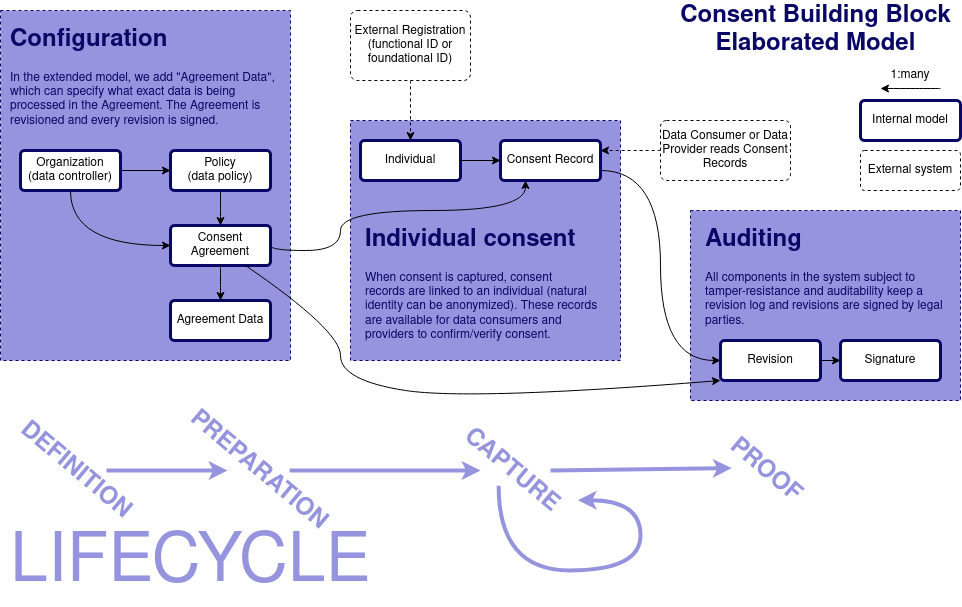
Above: spec/images/elaborate-resource-model.png in GovStackWorkingGroup/bb-consent (draw.io), before the change. Source tidied: cells renumbered, new cells last; positions are measured from the earlier drawing's top-left corner, leaving out a move shared by most shapes. Source of this version:
```xml
<mxGraphModel>
  <root>
    <mxCell id="0" />
    <mxCell id="1" parent="0" />
    <mxCell id="2" style="rounded=0;whiteSpace=wrap;html=1;dashed=1;strokeColor=#090765;strokeWidth=1;fillColor=#9694DE;" parent="1" vertex="1">
      <mxGeometry x="690" y="210" width="270" height="190" as="geometry" />
    </mxCell>
    <mxCell id="3" style="rounded=0;whiteSpace=wrap;html=1;dashed=1;strokeColor=#090765;strokeWidth=1;fillColor=#9694DE;" parent="1" vertex="1">
      <mxGeometry x="350" y="120" width="270" height="240" as="geometry" />
    </mxCell>
    <mxCell id="4" style="rounded=0;whiteSpace=wrap;html=1;dashed=1;strokeColor=#090765;strokeWidth=1;fillColor=#9694de;" parent="1" vertex="1">
      <mxGeometry y="10" width="290" height="350" as="geometry" />
    </mxCell>
    <mxCell id="5" style="edgeStyle=orthogonalEdgeStyle;rounded=0;jettySize=auto;html=1;entryX=0;entryY=0.5;entryDx=0;entryDy=0;" parent="1" edge="1" source="7" target="9">
      <mxGeometry relative="1" as="geometry" />
    </mxCell>
    <mxCell id="6" style="edgeStyle=orthogonalEdgeStyle;curved=1;rounded=0;jettySize=auto;html=1;exitX=0.5;exitY=1;exitDx=0;exitDy=0;entryX=0;entryY=0.5;entryDx=0;entryDy=0;" parent="1" edge="1" source="7" target="11">
      <mxGeometry relative="1" as="geometry" />
    </mxCell>
    <mxCell id="7" value="Organization&lt;br&gt;(data controller)" style="rounded=1;arcSize=10;whiteSpace=wrap;html=1;align=center;strokeWidth=3;strokeColor=#090765;" parent="1" vertex="1">
      <mxGeometry x="20" y="150" width="100" height="40" as="geometry" />
    </mxCell>
    <mxCell id="8" style="edgeStyle=orthogonalEdgeStyle;rounded=0;jettySize=auto;html=1;entryX=0.5;entryY=0;entryDx=0;entryDy=0;curved=1;" parent="1" edge="1" source="9" target="11">
      <mxGeometry relative="1" as="geometry" />
    </mxCell>
    <mxCell id="9" value="Policy&lt;br&gt;(data policy)" style="rounded=1;arcSize=10;whiteSpace=wrap;html=1;align=center;strokeWidth=3;strokeColor=#090765;" parent="1" vertex="1">
      <mxGeometry x="170" y="150" width="100" height="40" as="geometry" />
    </mxCell>
    <mxCell id="10" style="edgeStyle=orthogonalEdgeStyle;curved=1;rounded=0;jettySize=auto;html=1;exitX=1;exitY=0.5;exitDx=0;exitDy=0;entryX=0.25;entryY=1;entryDx=0;entryDy=0;" parent="1" edge="1" source="11" target="16">
      <mxGeometry relative="1" as="geometry">
        <Array as="points">
          <mxPoint x="340" y="250" />
          <mxPoint x="340" y="210" />
          <mxPoint x="525" y="210" />
        </Array>
      </mxGeometry>
    </mxCell>
    <mxCell id="11" value="Consent Agreement" style="rounded=1;arcSize=10;whiteSpace=wrap;html=1;align=center;strokeWidth=3;strokeColor=#090765;" parent="1" vertex="1">
      <mxGeometry x="170" y="225" width="100" height="40" as="geometry" />
    </mxCell>
    <mxCell id="12" style="edgeStyle=orthogonalEdgeStyle;curved=1;rounded=0;jettySize=auto;html=1;entryX=1;entryY=0.25;entryDx=0;entryDy=0;dashed=1;" parent="1" edge="1" source="13" target="16">
      <mxGeometry relative="1" as="geometry" />
    </mxCell>
    <mxCell id="13" value="Data Consumer or Data Provider reads Consent Records" style="rounded=1;arcSize=10;whiteSpace=wrap;html=1;align=center;dashed=1;" parent="1" vertex="1">
      <mxGeometry x="660" y="120" width="130" height="60" as="geometry" />
    </mxCell>
    <mxCell id="14" value="Individual" style="rounded=1;arcSize=10;whiteSpace=wrap;html=1;align=center;strokeWidth=3;strokeColor=#090765;" parent="1" vertex="1">
      <mxGeometry x="360" y="140" width="100" height="40" as="geometry" />
    </mxCell>
    <mxCell id="15" style="edgeStyle=orthogonalEdgeStyle;rounded=0;jettySize=auto;html=1;exitX=1;exitY=0.75;exitDx=0;exitDy=0;entryX=0;entryY=0.5;entryDx=0;entryDy=0;curved=1;" parent="1" edge="1" source="16" target="28">
      <mxGeometry relative="1" as="geometry" />
    </mxCell>
    <mxCell id="16" value="Consent Record" style="rounded=1;arcSize=10;whiteSpace=wrap;html=1;align=center;strokeWidth=3;strokeColor=#090765;" parent="1" vertex="1">
      <mxGeometry x="500" y="140" width="100" height="40" as="geometry" />
    </mxCell>
    <mxCell id="17" style="edgeStyle=orthogonalEdgeStyle;curved=1;rounded=0;jettySize=auto;html=1;exitX=0.5;exitY=1;exitDx=0;exitDy=0;entryX=0.5;entryY=0;entryDx=0;entryDy=0;dashed=1;" parent="1" edge="1" source="18" target="14">
      <mxGeometry relative="1" as="geometry" />
    </mxCell>
    <mxCell id="18" value="External Registration&lt;br&gt;(functional ID or foundational ID)" style="rounded=1;arcSize=10;whiteSpace=wrap;html=1;align=center;dashed=1;" parent="1" vertex="1">
      <mxGeometry x="350" y="10" width="120" height="70" as="geometry" />
    </mxCell>
    <mxCell id="19" value="&lt;div&gt;External system&lt;/div&gt;" style="rounded=1;arcSize=10;whiteSpace=wrap;html=1;align=center;dashed=1;strokeColor=#000000;strokeWidth=1;" parent="1" vertex="1">
      <mxGeometry x="860" y="150" width="100" height="40" as="geometry" />
    </mxCell>
    <mxCell id="20" value="Internal model" style="rounded=1;arcSize=10;whiteSpace=wrap;html=1;align=center;strokeWidth=3;strokeColor=#090765;" parent="1" vertex="1">
      <mxGeometry x="860" y="100" width="100" height="40" as="geometry" />
    </mxCell>
    <mxCell id="21" value="&lt;h1&gt;Configuration&lt;/h1&gt;&lt;p&gt;In the extended model, we add &quot;Agreement Data&quot;, which can specify what exact data is being processed in the Agreement. The Agreement is revisioned and every revision is signed.&lt;br&gt;&lt;/p&gt;" style="text;html=1;strokeColor=none;fillColor=none;spacing=5;spacingTop=-20;whiteSpace=wrap;overflow=hidden;rounded=0;dashed=1;fontColor=#090765;" parent="1" vertex="1">
      <mxGeometry x="5" y="20" width="280" height="120" as="geometry" />
    </mxCell>
    <mxCell id="22" value="&lt;h1&gt;Individual consent&lt;br&gt;&lt;/h1&gt;&lt;p&gt;When consent is captured, consent &lt;br&gt;records are linked to an individual (natural identity can be anonymized). These records are available for data consumers and providers  to confirm/verify consent.&lt;br&gt;&lt;/p&gt;" style="text;html=1;strokeColor=none;fillColor=none;spacing=5;spacingTop=-20;whiteSpace=wrap;overflow=hidden;rounded=0;dashed=1;fontColor=#090765;" parent="1" vertex="1">
      <mxGeometry x="360" y="220" width="250" height="130" as="geometry" />
    </mxCell>
    <mxCell id="23" value="Consent Building Block&lt;br&gt;Elaborated Model" style="text;strokeColor=none;fillColor=none;html=1;fontSize=24;fontStyle=1;verticalAlign=middle;align=center;dashed=1;fontColor=#090765;" parent="1" vertex="1">
      <mxGeometry x="670" width="290" height="60" as="geometry" />
    </mxCell>
    <mxCell id="24" style="endArrow=classic;html=1;rounded=0;curved=1;" parent="1" edge="1">
      <mxGeometry relative="1" as="geometry">
        <mxPoint x="940" y="88" as="sourcePoint" />
        <mxPoint x="880" y="88" as="targetPoint" />
      </mxGeometry>
    </mxCell>
    <mxCell id="25" value="1:many" style="text;html=1;strokeColor=none;fillColor=none;align=center;verticalAlign=middle;whiteSpace=wrap;rounded=0;dashed=1;" parent="1" vertex="1">
      <mxGeometry x="880" y="60" width="60" height="30" as="geometry" />
    </mxCell>
    <mxCell id="26" style="edgeStyle=orthogonalEdgeStyle;curved=1;rounded=0;orthogonalLoop=1;jettySize=auto;html=1;exitX=0.5;exitY=1;exitDx=0;exitDy=0;" parent="1" edge="1" source="25" target="25">
      <mxGeometry relative="1" as="geometry" />
    </mxCell>
    <mxCell id="27" style="edgeStyle=orthogonalEdgeStyle;rounded=0;jettySize=auto;html=1;exitX=1;exitY=0.5;exitDx=0;exitDy=0;" parent="1" edge="1" source="28" target="29">
      <mxGeometry relative="1" as="geometry" />
    </mxCell>
    <mxCell id="28" value="Revision" style="rounded=1;arcSize=10;whiteSpace=wrap;html=1;align=center;strokeWidth=3;strokeColor=#090765;" parent="1" vertex="1">
      <mxGeometry x="720" y="340" width="100" height="40" as="geometry" />
    </mxCell>
    <mxCell id="29" value="Signature" style="rounded=1;arcSize=10;whiteSpace=wrap;html=1;align=center;strokeWidth=3;strokeColor=#090765;" parent="1" vertex="1">
      <mxGeometry x="840" y="340" width="100" height="40" as="geometry" />
    </mxCell>
    <mxCell id="30" value="Agreement Data" style="rounded=1;arcSize=10;whiteSpace=wrap;html=1;align=center;strokeWidth=3;strokeColor=#090765;" parent="1" vertex="1">
      <mxGeometry x="170" y="300" width="100" height="40" as="geometry" />
    </mxCell>
    <mxCell id="31" style="endArrow=classic;html=1;rounded=0;curved=1;exitX=0.5;exitY=1;exitDx=0;exitDy=0;entryX=0.5;entryY=0;entryDx=0;entryDy=0;" parent="1" edge="1" source="11" target="30">
      <mxGeometry relative="1" as="geometry" />
    </mxCell>
    <mxCell id="32" style="curved=1;endArrow=classic;html=1;rounded=0;exitX=0.75;exitY=1;exitDx=0;exitDy=0;entryX=0;entryY=1;entryDx=0;entryDy=0;" parent="1" edge="1" source="11" target="28">
      <mxGeometry relative="1" as="geometry">
        <Array as="points">
          <mxPoint x="340" y="330" />
          <mxPoint x="340" y="380" />
          <mxPoint x="470" y="400" />
        </Array>
      </mxGeometry>
    </mxCell>
    <mxCell id="33" value="&lt;h1&gt;Auditing&lt;br&gt;&lt;/h1&gt;&lt;p&gt;All components in the system subject to tamper-resistance and auditability keep a revision log and revisions are signed by legal parties.&lt;br&gt;&lt;/p&gt;" style="text;html=1;strokeColor=none;fillColor=none;spacing=5;spacingTop=-20;whiteSpace=wrap;overflow=hidden;rounded=0;dashed=1;fontColor=#090765;" parent="1" vertex="1">
      <mxGeometry x="700" y="220" width="250" height="130" as="geometry" />
    </mxCell>
    <mxCell id="34" style="edgeStyle=orthogonalEdgeStyle;curved=1;rounded=0;jettySize=auto;html=1;fontColor=#3333FF;strokeWidth=4;strokeColor=#9694DE;" parent="1" edge="1" source="35" target="37">
      <mxGeometry relative="1" as="geometry" />
    </mxCell>
    <mxCell id="35" value="DEFINITION" style="text;strokeColor=none;fillColor=none;html=1;fontSize=24;fontStyle=1;verticalAlign=middle;align=center;fontColor=#9694DE;rotation=40;" parent="1" vertex="1">
      <mxGeometry y="450" width="150" height="40" as="geometry" />
    </mxCell>
    <mxCell id="36" style="edgeStyle=orthogonalEdgeStyle;curved=1;rounded=0;jettySize=auto;html=1;fontColor=#3333FF;strokeColor=#9694DE;strokeWidth=4;" parent="1" edge="1" source="37" target="38">
      <mxGeometry relative="1" as="geometry" />
    </mxCell>
    <mxCell id="37" value="PREPARATION" style="text;strokeColor=none;fillColor=none;html=1;fontSize=24;fontStyle=1;verticalAlign=middle;align=center;fontColor=#9694DE;rotation=40;" parent="1" vertex="1">
      <mxGeometry x="173" y="450" width="170" height="40" as="geometry" />
    </mxCell>
    <mxCell id="38" value="CAPTURE" style="text;strokeColor=none;fillColor=none;html=1;fontSize=24;fontStyle=1;verticalAlign=middle;align=center;fontColor=#9694DE;rotation=40;" parent="1" vertex="1">
      <mxGeometry x="441" y="450" width="140" height="40" as="geometry" />
    </mxCell>
    <mxCell id="39" style="edgeStyle=orthogonalEdgeStyle;curved=1;rounded=0;orthogonalLoop=1;jettySize=auto;html=1;exitX=0.5;exitY=1;exitDx=0;exitDy=0;fontColor=#3333FF;strokeColor=#9694DE;strokeWidth=4;entryX=1;entryY=0;entryDx=0;entryDy=0;" parent="1" edge="1" source="38" target="38">
      <mxGeometry relative="1" as="geometry">
        <Array as="points">
          <mxPoint x="498" y="570" />
          <mxPoint x="640" y="570" />
          <mxPoint x="640" y="500" />
        </Array>
      </mxGeometry>
    </mxCell>
    <mxCell id="40" value="PROOF" style="text;strokeColor=none;fillColor=none;html=1;fontSize=24;fontStyle=1;verticalAlign=middle;align=center;fontColor=#9694DE;rotation=40;" parent="1" vertex="1">
      <mxGeometry x="710" y="450" width="110" height="40" as="geometry" />
    </mxCell>
    <mxCell id="41" value="LIFECYCLE" style="text;strokeColor=none;fillColor=none;html=1;fontSize=68;fontStyle=0;verticalAlign=middle;align=center;fontColor=#9694DE;" parent="1" vertex="1">
      <mxGeometry x="110" y="540" width="160" height="50" as="geometry" />
    </mxCell>
    <mxCell id="42" style="endArrow=classic;html=1;rounded=0;fontSize=68;fontColor=#090765;strokeColor=#9694DE;strokeWidth=4;entryX=0.25;entryY=1;entryDx=0;entryDy=0;" parent="1" edge="1" target="40">
      <mxGeometry relative="1" as="geometry">
        <mxPoint x="550" y="470" as="sourcePoint" />
      </mxGeometry>
    </mxCell>
    <mxCell id="43" style="endArrow=classic;html=1;rounded=0;fontSize=68;fontColor=#090765;strokeColor=#000000;strokeWidth=1;exitX=1;exitY=0.5;exitDx=0;exitDy=0;entryX=0;entryY=0.5;entryDx=0;entryDy=0;" parent="1" edge="1" source="14" target="16">
      <mxGeometry relative="1" as="geometry" />
    </mxCell>
  </root>
</mxGraphModel>
```
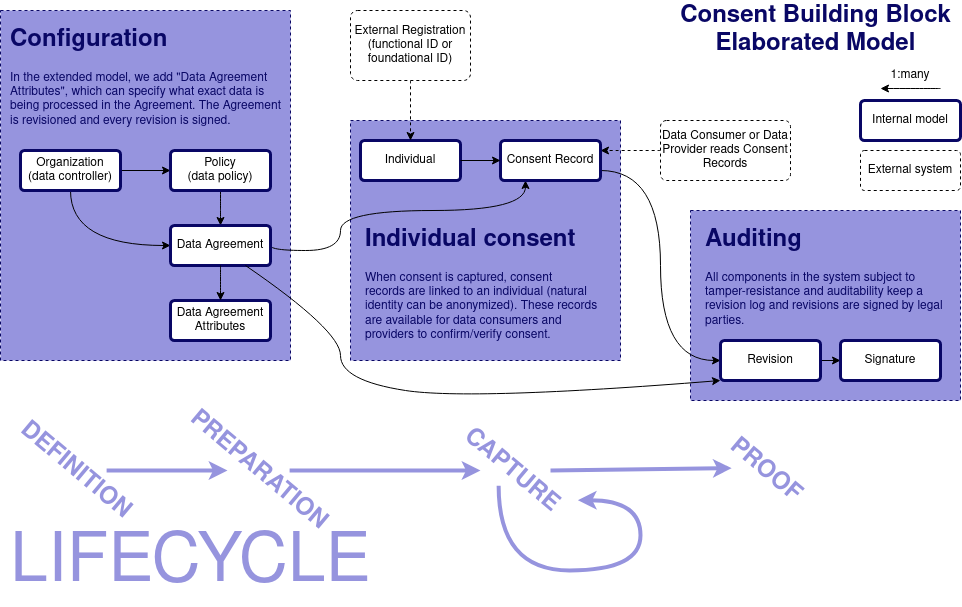
After the commit.

Commit message:
Update diagrams, renaming "Agreement" => "Data Agreement"

Diff of the diagram source:
```diff
@@ -35,7 +35,7 @@
         </Array>
       </mxGeometry>
     </mxCell>
-    <mxCell id="11" value="Consent Agreement" style="rounded=1;arcSize=10;whiteSpace=wrap;html=1;align=center;strokeWidth=3;strokeColor=#090765;" parent="1" vertex="1">
+    <mxCell id="11" value="Data Agreement" style="rounded=1;arcSize=10;whiteSpace=wrap;html=1;align=center;strokeWidth=3;strokeColor=#090765;" parent="1" vertex="1">
       <mxGeometry x="170" y="225" width="100" height="40" as="geometry" />
     </mxCell>
     <mxCell id="12" style="edgeStyle=orthogonalEdgeStyle;curved=1;rounded=0;jettySize=auto;html=1;entryX=1;entryY=0.25;entryDx=0;entryDy=0;dashed=1;" parent="1" edge="1" source="13" target="16">
@@ -65,7 +65,7 @@
     <mxCell id="20" value="Internal model" style="rounded=1;arcSize=10;whiteSpace=wrap;html=1;align=center;strokeWidth=3;strokeColor=#090765;" parent="1" vertex="1">
       <mxGeometry x="860" y="100" width="100" height="40" as="geometry" />
     </mxCell>
-    <mxCell id="21" value="&lt;h1&gt;Configuration&lt;/h1&gt;&lt;p&gt;In the extended model, we add &quot;Agreement Data&quot;, which can specify what exact data is being processed in the Agreement. The Agreement is revisioned and every revision is signed.&lt;br&gt;&lt;/p&gt;" style="text;html=1;strokeColor=none;fillColor=none;spacing=5;spacingTop=-20;whiteSpace=wrap;overflow=hidden;rounded=0;dashed=1;fontColor=#090765;" parent="1" vertex="1">
+    <mxCell id="21" value="&lt;h1&gt;Configuration&lt;/h1&gt;&lt;p&gt;In the extended model, we add &quot;Data Agreement Attributes&quot;, which can specify what exact data is being processed in the Agreement. The Agreement is revisioned and every revision is signed.&lt;br&gt;&lt;/p&gt;" style="text;html=1;strokeColor=none;fillColor=none;spacing=5;spacingTop=-20;whiteSpace=wrap;overflow=hidden;rounded=0;dashed=1;fontColor=#090765;" parent="1" vertex="1">
       <mxGeometry x="5" y="20" width="280" height="120" as="geometry" />
     </mxCell>
     <mxCell id="22" value="&lt;h1&gt;Individual consent&lt;br&gt;&lt;/h1&gt;&lt;p&gt;When consent is captured, consent &lt;br&gt;records are linked to an individual (natural identity can be anonymized). These records are available for data consumers and providers  to confirm/verify consent.&lt;br&gt;&lt;/p&gt;" style="text;html=1;strokeColor=none;fillColor=none;spacing=5;spacingTop=-20;whiteSpace=wrap;overflow=hidden;rounded=0;dashed=1;fontColor=#090765;" parent="1" vertex="1">
@@ -95,7 +95,7 @@
     <mxCell id="29" value="Signature" style="rounded=1;arcSize=10;whiteSpace=wrap;html=1;align=center;strokeWidth=3;strokeColor=#090765;" parent="1" vertex="1">
       <mxGeometry x="840" y="340" width="100" height="40" as="geometry" />
     </mxCell>
-    <mxCell id="30" value="Agreement Data" style="rounded=1;arcSize=10;whiteSpace=wrap;html=1;align=center;strokeWidth=3;strokeColor=#090765;" parent="1" vertex="1">
+    <mxCell id="30" value="Data Agreement Attributes" style="rounded=1;arcSize=10;whiteSpace=wrap;html=1;align=center;strokeWidth=3;strokeColor=#090765;" parent="1" vertex="1">
       <mxGeometry x="170" y="300" width="100" height="40" as="geometry" />
     </mxCell>
     <mxCell id="31" style="endArrow=classic;html=1;rounded=0;curved=1;exitX=0.5;exitY=1;exitDx=0;exitDy=0;entryX=0.5;entryY=0;entryDx=0;entryDy=0;" parent="1" edge="1" source="11" target="30">
```
